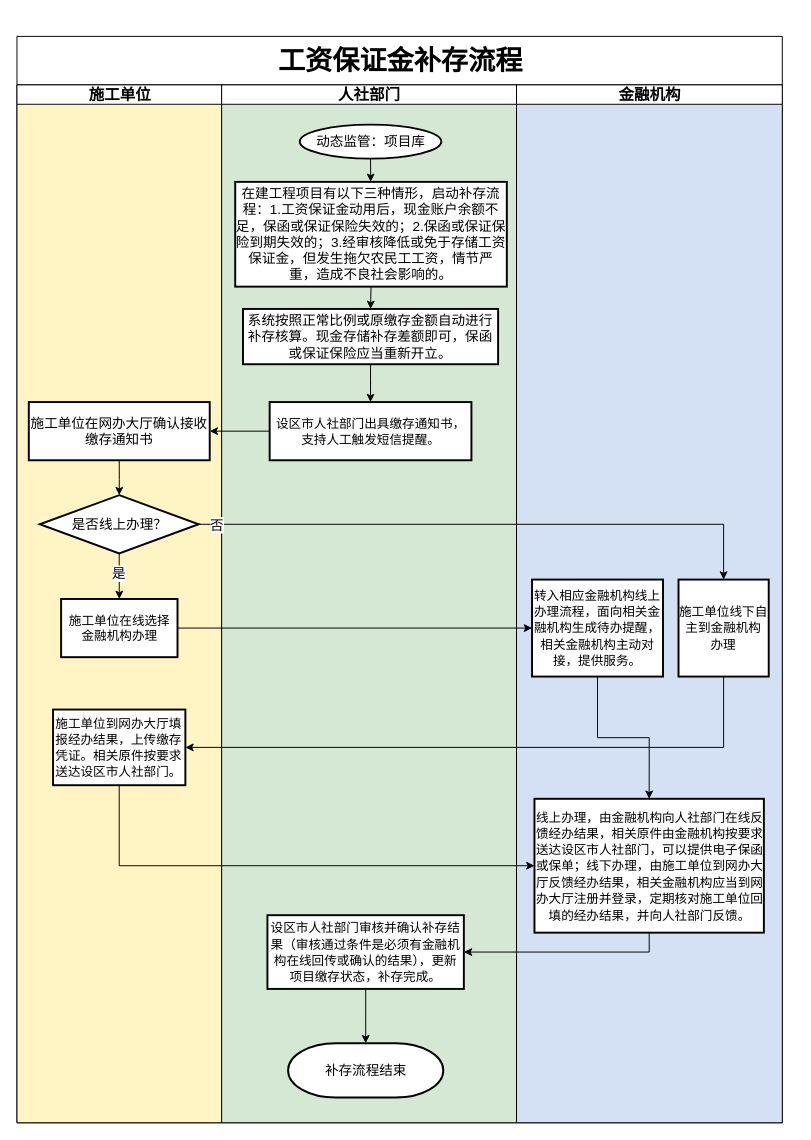
Before: page "工资保证金补存流程" (2 of 4) of 农民工工资保证金-第二版.drawio in coderjbin/drawio, a draw.io diagram. Source tidied: cells renumbered, new cells numbered last; positions are measured from the earlier drawing's top-left corner, leaving out a move shared by most shapes. Both pictures are drawn from the tidied source at 97%, with x=0, y=0 at pixel (16, 36).
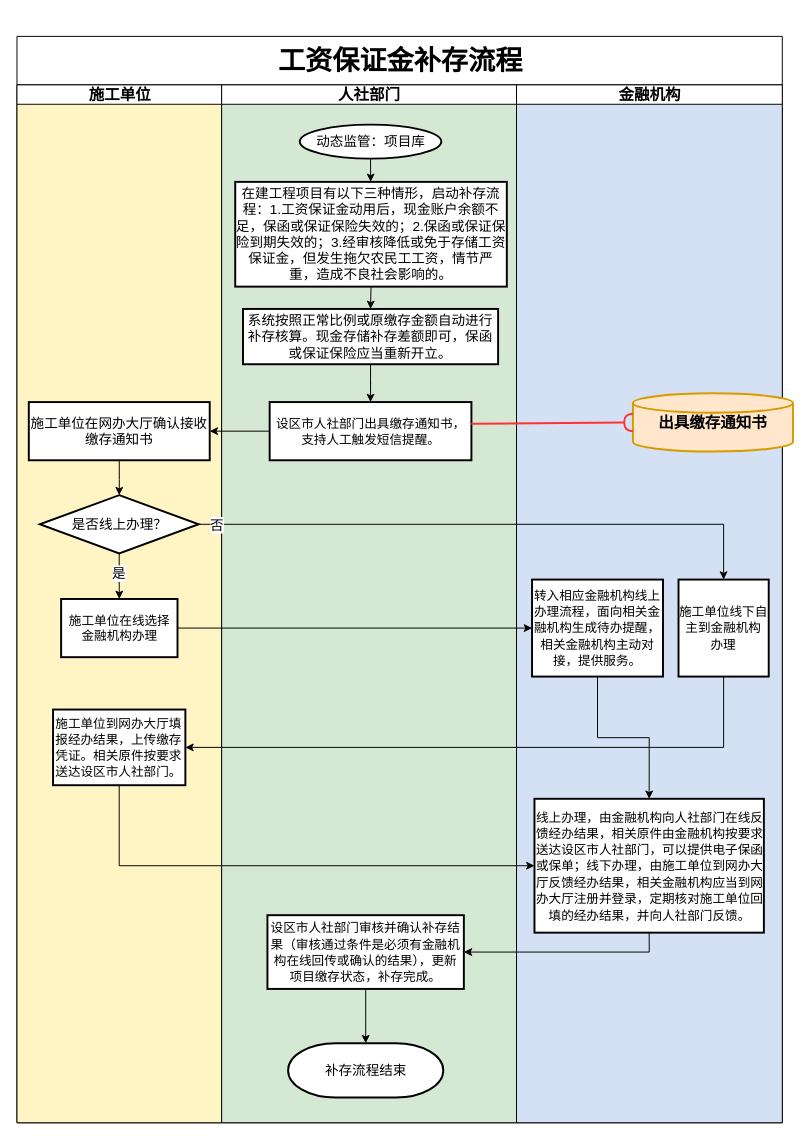
After the change.

Unchanged cells that the change refers to:
```xml
<mxCell id="2" value="&lt;p class=&quot;MsoNormal&quot; style=&quot;text-align: left; font-size: 28px;&quot;&gt;&lt;b style=&quot;font-size: 28px;&quot;&gt;&lt;span style=&quot;font-size: 28px;&quot;&gt;工资保证金补存流程&lt;/span&gt;&lt;/b&gt;&lt;b style=&quot;font-size: 28px;&quot;&gt;&lt;span style=&quot;font-size: 28px;&quot;&gt;&lt;/span&gt;&lt;/b&gt;&lt;/p&gt;" style="swimlane;startSize=50;html=1;fontFamily=Helvetica;fontSize=28;" parent="1" vertex="1">
  <mxGeometry width="789" height="1120" as="geometry" />
</mxCell>
<mxCell id="14" value="&lt;p style=&quot;font-size: 14px;&quot; class=&quot;MsoNormal&quot;&gt;&lt;span style=&quot;font-size: 13px;&quot;&gt;设区市人社部门出具缴存通知书&lt;/span&gt;&lt;span style=&quot;background-color: initial; font-size: 13px;&quot;&gt;，支持人工触发短信提醒。&lt;/span&gt;&lt;/p&gt;" style="whiteSpace=wrap;html=1;strokeWidth=2;fontFamily=Helvetica;fontSize=14;" parent="11" vertex="1">
  <mxGeometry x="49.5" y="327" width="208" height="60" as="geometry" />
</mxCell>
<mxCell id="22" value="金融机构" style="swimlane;startSize=20;html=1;fontFamily=Helvetica;fontSize=16;swimlaneFillColor=#D4E1F5;" parent="2" vertex="1">
  <mxGeometry x="515" y="50" width="274" height="1070" as="geometry" />
</mxCell>
```

Diff of the diagram source:
```diff
@@
+    <mxCell id="34" style="ellipse;whiteSpace=wrap;html=1;align=center;fillColor=none;strokeColor=none;perimeter=centerPerimeter;" parent="22" vertex="1">
+      <mxGeometry x="59" y="343" width="10" height="10" as="geometry" />
+    </mxCell>
+    <mxCell id="35" value="&lt;b style=&quot;&quot;&gt;&lt;font style=&quot;font-size: 16px;&quot;&gt;出具缴存通知书&lt;/font&gt;&lt;/b&gt;" style="strokeWidth=2;html=1;shape=mxgraph.flowchart.database;whiteSpace=wrap;fillColor=#ffe6cc;strokeColor=#d79b00;" parent="22" vertex="1">
+      <mxGeometry x="120" y="318" width="165" height="60" as="geometry" />
+    </mxCell>
@@
+    <mxCell id="36" style="rounded=0;jettySize=auto;html=1;endArrow=halfCircle;endFill=0;endSize=6;strokeWidth=2;sketch=0;fontSize=12;curved=1;exitX=0.999;exitY=0.372;exitDx=0;exitDy=0;exitPerimeter=0;entryX=0;entryY=0.5;entryDx=0;entryDy=0;entryPerimeter=0;strokeColor=#FF3333;" parent="2" edge="1" source="14" target="35">
+      <mxGeometry relative="1" as="geometry" />
+    </mxCell>
```
